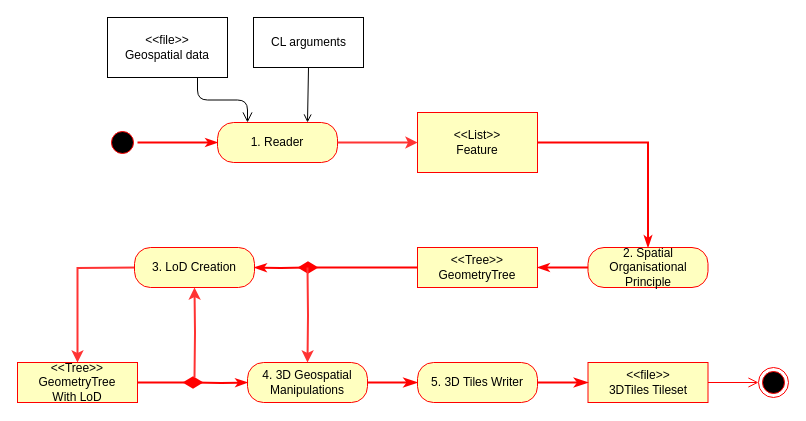
The draw.io diagram docs/Doc/UML/tiler_activity_smaller.drawio in VCityTeam/py3dtilers, before the edit. Source tidied: cells renumbered, new cells numbered last; positions are measured from the earlier drawing's top-left corner, leaving out a move shared by most shapes. Both pictures are drawn from the tidied source at 100%, with x=0, y=0 at pixel (17, 17).
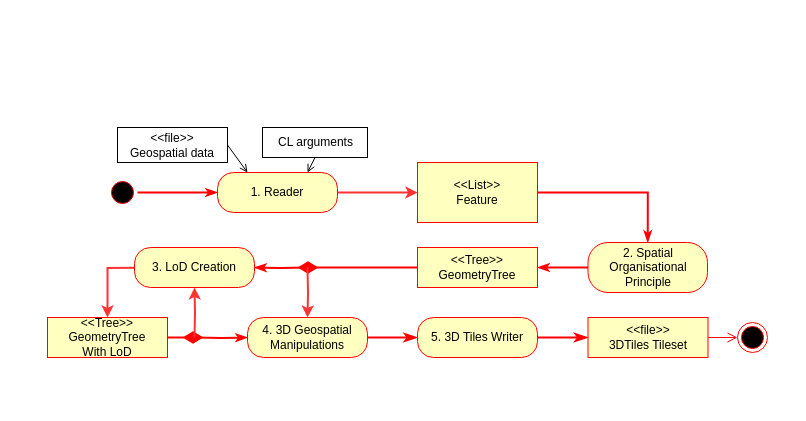
The same diagram, later.

Commit message (it also covers changes not shown here):
Smaller diagram

The change refers to these unchanged cells:
```xml
<mxCell id="20" value="3. LoD Creation" style="rounded=1;whiteSpace=wrap;html=1;arcSize=40;fontColor=#000000;fillColor=#ffffc0;strokeColor=#ff0000;" parent="1" vertex="1">
  <mxGeometry x="117" y="230" width="120" height="40" as="geometry" />
</mxCell>
```

Change to the diagram source:
```diff
@@
     <mxCell id="3" value="&lt;font style=&quot;font-size: 12px&quot;&gt;4. 3D Geospatial Manipulations&lt;br&gt;&lt;/font&gt;" style="rounded=1;whiteSpace=wrap;html=1;arcSize=40;fontColor=#000000;fillColor=#ffffc0;strokeColor=#ff0000;" parent="1" vertex="1">
-      <mxGeometry x="230" y="345" width="120" height="40" as="geometry" />
+      <mxGeometry x="230" y="300" width="120" height="40" as="geometry" />
     </mxCell>
@@
     <mxCell id="6" value="&amp;lt;&amp;lt;file&amp;gt;&amp;gt;&lt;br&gt;3DTiles Tileset" style="rounded=0;whiteSpace=wrap;html=1;arcSize=40;fontColor=#000000;fillColor=#ffffc0;strokeColor=#ff0000;" parent="1" vertex="1">
-      <mxGeometry x="570.5" y="345" width="120" height="40" as="geometry" />
+      <mxGeometry x="570.5" y="300" width="120" height="40" as="geometry" />
     </mxCell>
@@
     <mxCell id="8" style="ellipse;html=1;shape=endState;fillColor=#000000;strokeColor=#ff0000;" parent="1" vertex="1">
-      <mxGeometry x="741" y="350" width="30" height="30" as="geometry" />
+      <mxGeometry x="720" y="305" width="30" height="30" as="geometry" />
     </mxCell>
     <mxCell id="9" value="CL arguments" style="html=1;" parent="1" vertex="1">
-      <mxGeometry x="236" width="110" height="50" as="geometry" />
+      <mxGeometry x="245" y="110" width="105" height="30" as="geometry" />
     </mxCell>
     <mxCell id="10" value="1. Reader" style="rounded=1;whiteSpace=wrap;html=1;arcSize=40;fontColor=#000000;fillColor=#ffffc0;strokeColor=#ff0000;" parent="1" vertex="1">
-      <mxGeometry x="200" y="105" width="120" height="40" as="geometry" />
+      <mxGeometry x="200" y="155" width="120" height="40" as="geometry" />
     </mxCell>
@@
     <mxCell id="12" style="ellipse;html=1;shape=startState;fillColor=#000000;strokeColor=#ff0000;rounded=1;shadow=0;comic=0;labelBackgroundColor=none;fontFamily=Verdana;fontSize=12;fontColor=#000000;align=center;direction=south;" parent="1" vertex="1">
-      <mxGeometry x="90" y="110" width="30" height="30" as="geometry" />
+      <mxGeometry x="90" y="160" width="30" height="30" as="geometry" />
     </mxCell>
@@
     <mxCell id="14" value="&amp;lt;&amp;lt;file&amp;gt;&amp;gt;&lt;br&gt;Geospatial data" style="rounded=0;whiteSpace=wrap;html=1;strokeColor=default;fillColor=default;fontColor=default;arcSize=40;" parent="1" vertex="1">
-      <mxGeometry x="90" width="120" height="60" as="geometry" />
+      <mxGeometry x="100" y="110" width="110" height="35" as="geometry" />
     </mxCell>
     <mxCell id="15" value="&amp;lt;&amp;lt;List&amp;gt;&amp;gt;&lt;br&gt;Feature" style="rounded=0;whiteSpace=wrap;html=1;strokeColor=#ff0000;fillColor=#ffffc0;fontColor=#000000;arcSize=40;" parent="1" vertex="1">
-      <mxGeometry x="400" y="95" width="120" height="60" as="geometry" />
+      <mxGeometry x="400" y="145" width="120" height="60" as="geometry" />
     </mxCell>
@@
     <mxCell id="17" value="2. Spatial Organisational Principle" style="rounded=1;whiteSpace=wrap;html=1;arcSize=40;fontColor=#000000;fillColor=#ffffc0;strokeColor=#ff0000;" parent="1" vertex="1">
-      <mxGeometry x="570.5" y="230" width="120" height="40" as="geometry" />
+      <mxGeometry x="570.5" y="225" width="119.5" height="50" as="geometry" />
     </mxCell>
-    <mxCell id="18" style="edgeStyle=orthogonalEdgeStyle;html=1;labelBackgroundColor=none;endArrow=open;endSize=8;strokeColor=#000000;fontFamily=Verdana;fontSize=12;align=left;exitX=0.75;exitY=1;exitDx=0;exitDy=0;entryX=0.25;entryY=0;entryDx=0;entryDy=0;" parent="1" edge="1" source="14" target="10">
-      <mxGeometry relative="1" as="geometry" />
-    </mxCell>
     <mxCell id="19" style="edgeStyle=orthogonalEdgeStyle;rounded=0;jettySize=auto;html=1;exitX=0;exitY=0.5;exitDx=0;exitDy=0;entryX=0.5;entryY=0;entryDx=0;entryDy=0;endArrow=classic;endFill=1;endSize=6;strokeColor=#FF3333;strokeWidth=2;" parent="1" edge="1" target="21">
       <mxGeometry relative="1" as="geometry">
-        <mxPoint x="121" y="250" as="sourcePoint" />
+        <mxPoint x="151" y="250" as="sourcePoint" />
       </mxGeometry>
     </mxCell>
@@
     <mxCell id="21" value="&amp;lt;&amp;lt;Tree&amp;gt;&amp;gt;&lt;br&gt;GeometryTree&lt;br&gt;With LoD" style="rounded=0;whiteSpace=wrap;html=1;arcSize=40;fontColor=#000000;fillColor=#ffffc0;strokeColor=#ff0000;" parent="1" vertex="1">
-      <mxGeometry y="345" width="120" height="40" as="geometry" />
+      <mxGeometry x="30" y="300" width="120" height="40" as="geometry" />
     </mxCell>
@@
     <mxCell id="24" style="edgeStyle=orthogonalEdgeStyle;rounded=0;jettySize=auto;html=1;entryX=0;entryY=0.5;entryDx=0;entryDy=0;fillColor=#f8cecc;strokeColor=#ff0000;endArrow=classicThin;endFill=1;verticalAlign=bottom;endSize=6;startArrow=none;strokeWidth=2;" parent="1" edge="1" target="3">
       <mxGeometry relative="1" as="geometry">
-        <mxPoint x="176" y="365" as="sourcePoint" />
+        <mxPoint x="176" y="320" as="sourcePoint" />
       </mxGeometry>
     </mxCell>
     <mxCell id="25" style="edgeStyle=orthogonalEdgeStyle;rounded=0;jettySize=auto;html=1;exitX=1;exitY=0.5;exitDx=0;exitDy=0;fillColor=#f8cecc;strokeColor=#ff0000;endArrow=diamondThin;endFill=1;verticalAlign=bottom;endSize=15;startArrow=none;strokeWidth=2;" parent="1" edge="1" source="21">
       <mxGeometry relative="1" as="geometry">
-        <mxPoint x="186" y="365" as="targetPoint" />
+        <mxPoint x="186" y="320" as="targetPoint" />
       </mxGeometry>
     </mxCell>
     <mxCell id="26" style="edgeStyle=orthogonalEdgeStyle;rounded=0;jettySize=auto;html=1;entryX=0.5;entryY=1;entryDx=0;entryDy=0;endArrow=classic;endFill=1;endSize=6;strokeColor=#FF3333;strokeWidth=2;" parent="1" edge="1" target="20">
       <mxGeometry relative="1" as="geometry">
-        <mxPoint x="177" y="360" as="sourcePoint" />
+        <mxPoint x="177" y="320" as="sourcePoint" />
       </mxGeometry>
     </mxCell>
@@
     <mxCell id="28" value="&lt;font style=&quot;font-size: 12px&quot;&gt;5. 3D Tiles Writer&lt;br&gt;&lt;/font&gt;" style="rounded=1;whiteSpace=wrap;html=1;arcSize=40;fontColor=#000000;fillColor=#ffffc0;strokeColor=#ff0000;" parent="1" vertex="1">
-      <mxGeometry x="400" y="345" width="120" height="40" as="geometry" />
+      <mxGeometry x="400" y="300" width="120" height="40" as="geometry" />
     </mxCell>
@@
+    <mxCell id="18" style="endArrow=open;html=1;rounded=0;exitX=1;exitY=0.5;exitDx=0;exitDy=0;entryX=0.25;entryY=0;entryDx=0;entryDy=0;endFill=0;" parent="1" edge="1" source="14" target="10">
+      <mxGeometry relative="1" as="geometry" />
+    </mxCell>
```
